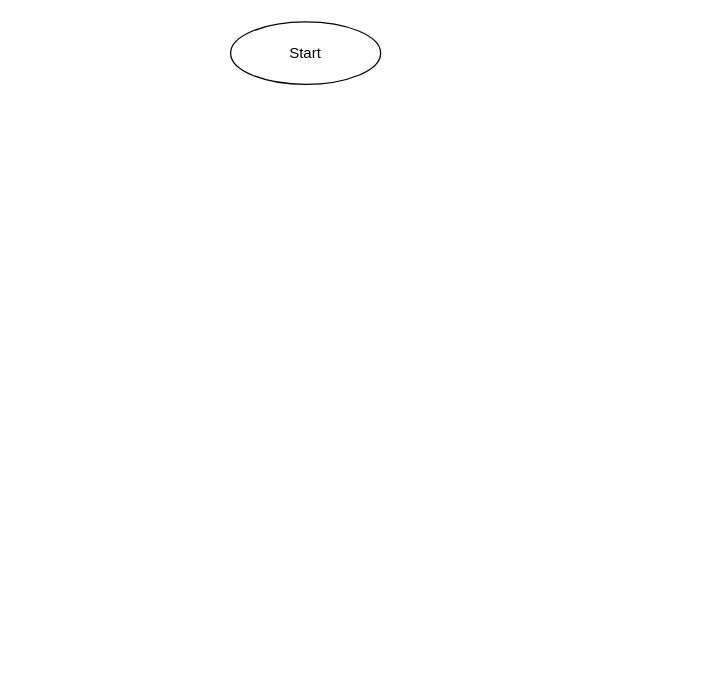
Before: Scheme.drawio in grigorymaiorow/Test, a draw.io diagram. Source tidied: cells renumbered, new cells numbered last; positions are measured from the earlier drawing's top-left corner, leaving out a move shared by most shapes. Both pictures are drawn from the tidied source at 125%, with x=0, y=0 at pixel (230, 21).
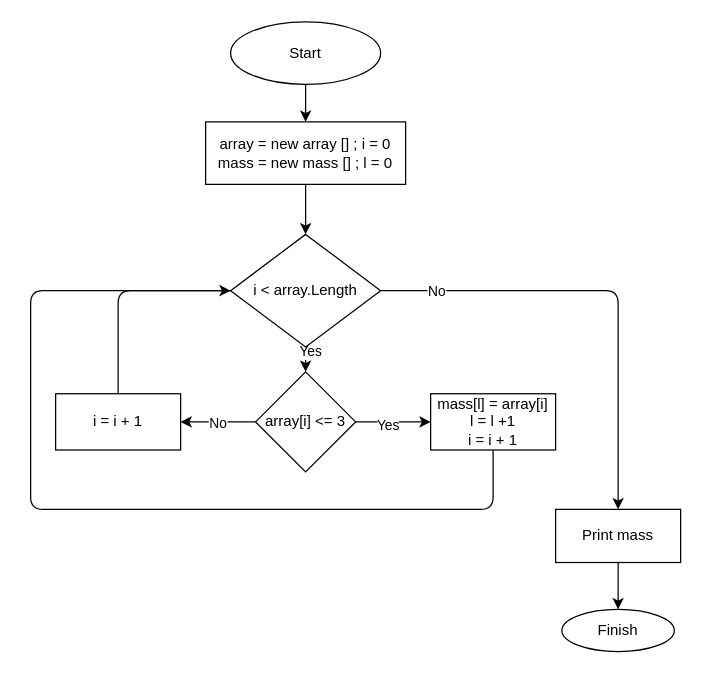
After the change.

Commit message:
Нарисовали блок схему

Unchanged cells that the change refers to:
```xml
<mxCell id="2" value="Start" style="ellipse;whiteSpace=wrap;html=1;" parent="1" vertex="1">
  <mxGeometry width="120" height="50" as="geometry" />
</mxCell>
```

Diff of the diagram source:
```diff
@@
+    <mxCell id="3" style="edgeStyle=none;html=1;" parent="1" edge="1" source="2" target="5">
+      <mxGeometry relative="1" as="geometry" />
+    </mxCell>
@@
+    <mxCell id="4" style="edgeStyle=none;html=1;" parent="1" edge="1" source="5" target="17">
+      <mxGeometry relative="1" as="geometry" />
+    </mxCell>
+    <mxCell id="5" value="array = new array [] ; i = 0&lt;br&gt;mass = new mass [] ; l = 0" style="rounded=0;whiteSpace=wrap;html=1;" parent="1" vertex="1">
+      <mxGeometry x="-20" y="80" width="160" height="50" as="geometry" />
+    </mxCell>
+    <mxCell id="6" style="edgeStyle=none;html=1;" parent="1" edge="1" source="10" target="12">
+      <mxGeometry relative="1" as="geometry" />
+    </mxCell>
+    <mxCell id="7" value="Yes" style="edgeLabel;html=1;align=center;verticalAlign=middle;" parent="6" vertex="1">
+      <mxGeometry x="-0.17" y="-1" relative="1" as="geometry">
+        <mxPoint y="1" as="offset" />
+      </mxGeometry>
+    </mxCell>
+    <mxCell id="8" style="edgeStyle=none;html=1;" parent="1" edge="1" source="10" target="19">
+      <mxGeometry relative="1" as="geometry" />
+    </mxCell>
+    <mxCell id="9" value="No" style="edgeLabel;html=1;align=center;verticalAlign=middle;" parent="8" vertex="1">
+      <mxGeometry x="0.03" relative="1" as="geometry" />
+    </mxCell>
+    <mxCell id="10" value="array[i] &amp;lt;= 3" style="rhombus;whiteSpace=wrap;html=1;" parent="1" vertex="1">
+      <mxGeometry x="20" y="280" width="80" height="80" as="geometry" />
+    </mxCell>
+    <mxCell id="11" style="edgeStyle=none;html=1;entryX=1;entryY=0.5;entryDx=0;entryDy=0;" parent="1" edge="1" source="12" target="17">
+      <mxGeometry relative="1" as="geometry">
+        <Array as="points">
+          <mxPoint x="210" y="390" />
+          <mxPoint x="-160" y="390" />
+          <mxPoint x="-160" y="215" />
+        </Array>
+      </mxGeometry>
+    </mxCell>
+    <mxCell id="12" value="mass[l] = array[i]&lt;br&gt;l = l +1&lt;br&gt;i = i + 1" style="rounded=0;whiteSpace=wrap;html=1;" parent="1" vertex="1">
+      <mxGeometry x="160" y="297.5" width="100" height="45" as="geometry" />
+    </mxCell>
+    <mxCell id="13" style="edgeStyle=none;html=1;" parent="1" edge="1" source="17" target="10">
+      <mxGeometry relative="1" as="geometry" />
+    </mxCell>
+    <mxCell id="14" value="Yes" style="edgeLabel;html=1;align=center;verticalAlign=middle;" parent="13" vertex="1">
+      <mxGeometry x="-0.75" y="3" relative="1" as="geometry" />
+    </mxCell>
+    <mxCell id="15" style="edgeStyle=none;html=1;" parent="1" edge="1" source="17">
+      <mxGeometry relative="1" as="geometry">
+        <mxPoint x="310" y="390" as="targetPoint" />
+        <Array as="points">
+          <mxPoint x="310" y="215" />
+        </Array>
+      </mxGeometry>
+    </mxCell>
+    <mxCell id="16" value="No" style="edgeLabel;html=1;align=center;verticalAlign=middle;" parent="15" vertex="1">
+      <mxGeometry x="-0.76" y="1" relative="1" as="geometry">
+        <mxPoint y="1" as="offset" />
+      </mxGeometry>
+    </mxCell>
+    <mxCell id="17" value="i &amp;lt; array.Length" style="rhombus;whiteSpace=wrap;html=1;" parent="1" vertex="1">
+      <mxGeometry y="170" width="120" height="90" as="geometry" />
+    </mxCell>
+    <mxCell id="18" style="edgeStyle=none;html=1;entryX=0;entryY=0.5;entryDx=0;entryDy=0;" parent="1" edge="1" source="19" target="17">
+      <mxGeometry relative="1" as="geometry">
+        <Array as="points">
+          <mxPoint x="-90" y="215" />
+        </Array>
+      </mxGeometry>
+    </mxCell>
+    <mxCell id="19" value="i = i + 1" style="rounded=0;whiteSpace=wrap;html=1;" parent="1" vertex="1">
+      <mxGeometry x="-140" y="297.5" width="100" height="45" as="geometry" />
+    </mxCell>
+    <mxCell id="20" style="edgeStyle=none;html=1;" parent="1" edge="1" source="21" target="22">
+      <mxGeometry relative="1" as="geometry" />
+    </mxCell>
+    <mxCell id="21" value="Print mass" style="rounded=0;whiteSpace=wrap;html=1;" parent="1" vertex="1">
+      <mxGeometry x="260" y="390" width="100" height="42.5" as="geometry" />
+    </mxCell>
+    <mxCell id="22" value="Finish" style="ellipse;whiteSpace=wrap;html=1;rounded=0;" parent="1" vertex="1">
+      <mxGeometry x="265" y="470" width="90" height="33.8" as="geometry" />
+    </mxCell>
```
